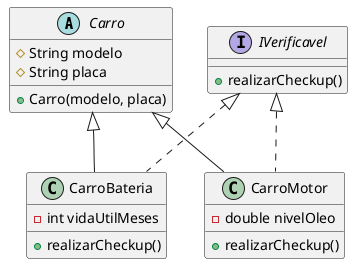
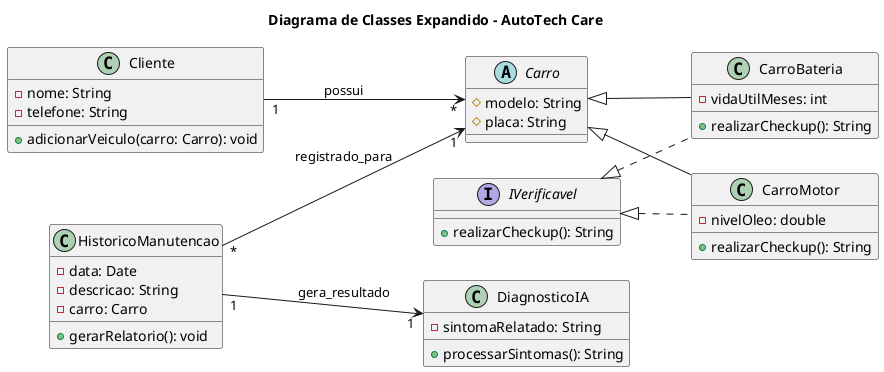
// B. Diagrama de Classes: utilizando a hierarquia que definimos (Herança e Interface).
  @startuml
+ title Diagrama de Classes Expandido - AutoTech Care
+ left to right direction
+ 
+ class Cliente {
+     - nome: String
+     - telefone: String
+     + adicionarVeiculo(carro: Carro): void
+ }
+ 
abstract class Carro {
-     # String modelo
-     # String placa
-     + Carro(modelo, placa)
+     # modelo: String
+     # placa: String
+ }
+ 
+ class CarroBateria {
+     - vidaUtilMeses: int
+     + realizarCheckup(): String
+ }
+ 
+ class CarroMotor {
+     - nivelOleo: double
+     + realizarCheckup(): String
}

interface IVerificavel {
-     + realizarCheckup()
+     + realizarCheckup(): String
}

- class CarroBateria {
-     - int vidaUtilMeses
-     + realizarCheckup()
+ class HistoricoManutencao {
+     - data: Date
+     - descricao: String
+     - carro: Carro
+     + gerarRelatorio(): void
}

- class CarroMotor {
-     - double nivelOleo
-     + realizarCheckup()
+ class DiagnosticoIA {
+     - sintomaRelatado: String
+     + processarSintomas(): String
}

+ ' Relações estruturais
+ Cliente "1" --> "*" Carro : possui
Carro <|-- CarroBateria
Carro <|-- CarroMotor
IVerificavel <|.. CarroBateria
IVerificavel <|.. CarroMotor
+ 
+ HistoricoManutencao "*" --> "1" Carro : registrado_para
+ HistoricoManutencao "1" --> "1" DiagnosticoIA : gera_resultado
@enduml
